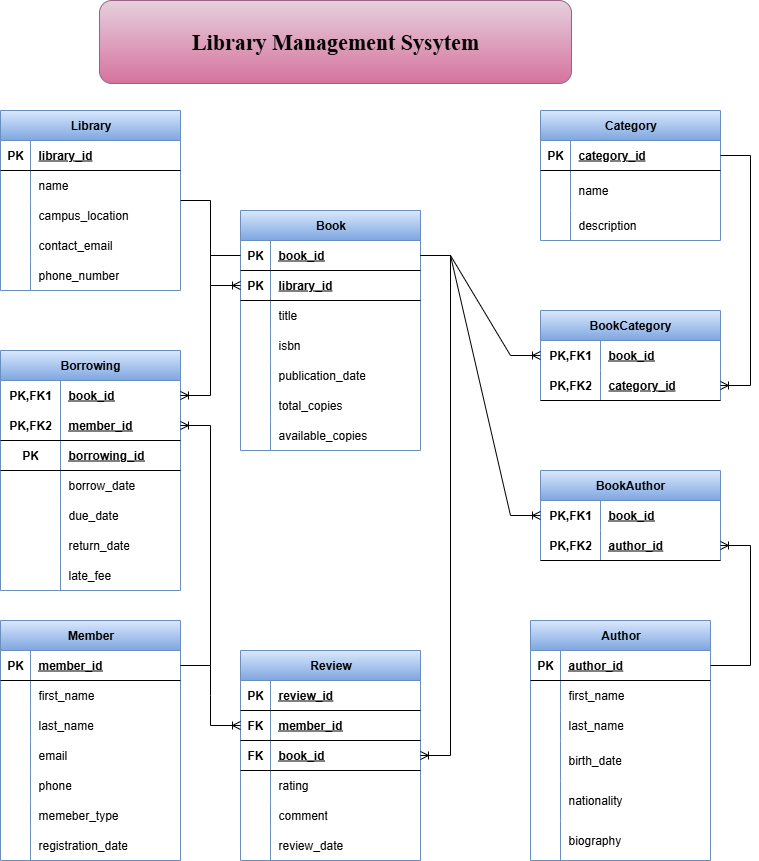
The draw.io diagram phase1-sql/ERD.drawio.png in Sheikhsy/Library-Management-System, before a commit. Source tidied: cells renumbered, new cells last; positions are measured from the earlier drawing's top-left corner, leaving out a move shared by most shapes.
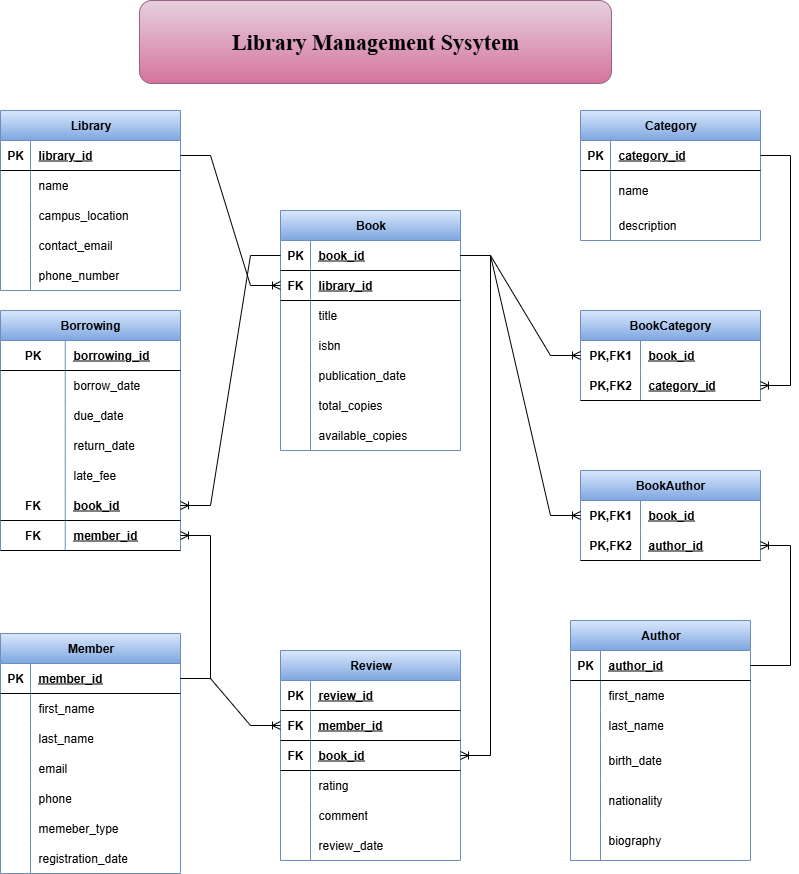
Later version of the same file.

What changed in the source:
```diff
@@ -17,7 +17,7 @@
     <mxCell id="6" style="shape=tableRow;horizontal=0;startSize=0;swimlaneHead=0;swimlaneBody=0;fillColor=none;points=[[0,0.5],[1,0.5]];portConstraint=eastwest;top=0;left=0;right=0;bottom=1;" parent="2" vertex="1">
       <mxGeometry y="60" width="180" height="30" as="geometry" />
     </mxCell>
-    <mxCell id="7" value="PK" style="shape=partialRectangle;fillColor=none;top=0;left=0;bottom=0;right=0;fontStyle=1;overflow=hidden;whiteSpace=wrap;html=1;" parent="6" vertex="1">
+    <mxCell id="7" value="FK" style="shape=partialRectangle;fillColor=none;top=0;left=0;bottom=0;right=0;fontStyle=1;overflow=hidden;whiteSpace=wrap;html=1;" parent="6" vertex="1">
       <mxGeometry width="30" height="30" as="geometry" />
     </mxCell>
     <mxCell id="8" value="library_id" style="shape=partialRectangle;fillColor=none;top=0;left=0;bottom=0;right=0;align=left;spacingLeft=6;fontStyle=5;overflow=hidden;whiteSpace=wrap;html=1;" parent="6" vertex="1">
@@ -69,7 +69,7 @@
       <mxGeometry x="30" width="150" height="30" as="geometry" />
     </mxCell>
     <mxCell id="24" value="Member" style="shape=table;startSize=30;rowLines=0;fontStyle=1;align=center;html=1;fillColor=#dae8fc;gradientColor=#7ea6e0;strokeColor=#6c8ebf;" parent="1" vertex="1">
-      <mxGeometry x="190" y="620" width="180" height="240" as="geometry" />
+      <mxGeometry x="150" y="633" width="180" height="240" as="geometry" />
     </mxCell>
     <mxCell id="25" style="shape=tableRow;horizontal=0;startSize=0;swimlaneHead=0;swimlaneBody=0;fillColor=none;points=[[0,0.5],[1,0.5]];portConstraint=eastwest;top=0;left=0;right=0;bottom=1;" parent="24" vertex="1">
       <mxGeometry y="30" width="180" height="30" as="geometry" />
@@ -192,7 +192,7 @@
       <mxGeometry x="30" width="150" height="40" as="geometry" />
     </mxCell>
     <mxCell id="65" value="Library" style="shape=table;startSize=30;rowLines=0;fontStyle=1;align=center;html=1;fillColor=#dae8fc;strokeColor=#6c8ebf;gradientColor=#7ea6e0;" parent="1" vertex="1">
-      <mxGeometry x="190" y="110" width="180" height="180" as="geometry" />
+      <mxGeometry x="150" y="110" width="180" height="180" as="geometry" />
     </mxCell>
     <mxCell id="66" style="shape=tableRow;horizontal=0;startSize=0;swimlaneHead=0;swimlaneBody=0;fillColor=none;points=[[0,0.5],[1,0.5]];portConstraint=eastwest;top=0;left=0;right=0;bottom=1;" parent="65" vertex="1">
       <mxGeometry y="30" width="180" height="30" as="geometry" />
@@ -239,7 +239,7 @@
     <mxCell id="80" value="phone_number" style="shape=partialRectangle;fillColor=none;top=0;left=0;bottom=0;right=0;align=left;spacingLeft=6;overflow=hidden;whiteSpace=wrap;html=1;" parent="78" vertex="1">
       <mxGeometry x="30" width="150" height="30" as="geometry" />
     </mxCell>
-    <mxCell id="81" style="edgeStyle=entityRelationEdgeStyle;fontSize=12;html=1;endArrow=ERoneToMany;rounded=0;entryX=0;entryY=0.5;entryDx=0;entryDy=0;" parent="1" edge="1" source="65" target="6">
+    <mxCell id="81" style="edgeStyle=entityRelationEdgeStyle;fontSize=12;html=1;endArrow=ERoneToMany;rounded=0;entryX=0;entryY=0.5;entryDx=0;entryDy=0;exitX=1;exitY=0.5;exitDx=0;exitDy=0;" parent="1" edge="1" source="66" target="6">
       <mxGeometry relative="1" as="geometry">
         <Array as="points">
           <mxPoint x="250" y="350" />
@@ -289,80 +289,84 @@
       <mxGeometry x="30" width="150" height="30" as="geometry" />
     </mxCell>
     <mxCell id="92" value="Borrowing" style="shape=table;startSize=30;rowLines=0;fontStyle=1;align=center;html=1;whiteSpace=wrap;fillColor=#dae8fc;gradientColor=#7ea6e0;strokeColor=#6c8ebf;" parent="1" vertex="1">
-      <mxGeometry x="190" y="350" width="180" height="240" as="geometry" />
+      <mxGeometry x="150" y="310" width="180" height="240" as="geometry" />
     </mxCell>
-    <mxCell id="93" style="shape=tableRow;horizontal=0;startSize=0;swimlaneHead=0;swimlaneBody=0;fillColor=none;points=[[0,0.5],[1,0.5]];portConstraint=eastwest;top=0;left=0;right=0;bottom=0;html=1;" parent="92" vertex="1">
-      <mxGeometry y="30" width="180" height="30" as="geometry" />
-    </mxCell>
-    <mxCell id="94" value="PK,FK1" style="shape=partialRectangle;fillColor=none;top=0;left=0;bottom=0;right=0;fontStyle=1;overflow=hidden;html=1;whiteSpace=wrap;" parent="93" vertex="1">
-      <mxGeometry width="60" height="30" as="geometry" />
-    </mxCell>
-    <mxCell id="95" value="book_id" style="shape=partialRectangle;fillColor=none;top=0;left=0;bottom=0;right=0;align=left;spacingLeft=6;fontStyle=5;overflow=hidden;html=1;whiteSpace=wrap;" parent="93" vertex="1">
-      <mxGeometry x="60" width="120" height="30" as="geometry" />
-    </mxCell>
-    <mxCell id="96" style="shape=tableRow;horizontal=0;startSize=0;swimlaneHead=0;swimlaneBody=0;fillColor=none;points=[[0,0.5],[1,0.5]];portConstraint=eastwest;top=0;left=0;right=0;bottom=1;html=1;" parent="92" vertex="1">
-      <mxGeometry y="60" width="180" height="30" as="geometry" />
-    </mxCell>
-    <mxCell id="97" value="PK,FK2" style="shape=partialRectangle;fillColor=none;top=0;left=0;bottom=0;right=0;fontStyle=1;overflow=hidden;html=1;whiteSpace=wrap;" parent="96" vertex="1">
-      <mxGeometry width="60" height="30" as="geometry" />
-    </mxCell>
-    <mxCell id="98" value="member_id" style="shape=partialRectangle;fillColor=none;top=0;left=0;bottom=0;right=0;align=left;spacingLeft=6;fontStyle=5;overflow=hidden;html=1;whiteSpace=wrap;" parent="96" vertex="1">
-      <mxGeometry x="60" width="120" height="30" as="geometry" />
-    </mxCell>
     <mxCell id="99" style="shape=tableRow;horizontal=0;startSize=0;swimlaneHead=0;swimlaneBody=0;fillColor=none;top=0;left=0;right=0;bottom=1;html=1;" parent="92" vertex="1">
-      <mxGeometry y="90" width="180" height="30" as="geometry" />
+      <mxGeometry y="30" width="180" height="30" as="geometry" />
     </mxCell>
     <mxCell id="100" value="PK" style="shape=partialRectangle;fillColor=none;top=0;left=0;bottom=0;right=0;fontStyle=1;overflow=hidden;html=1;whiteSpace=wrap;" parent="99" vertex="1">
-      <mxGeometry width="60" height="30" as="geometry" />
+      <mxGeometry width="64.8" height="30" as="geometry" />
     </mxCell>
     <mxCell id="101" value="borrowing_id" style="shape=partialRectangle;fillColor=none;top=0;left=0;bottom=0;right=0;align=left;spacingLeft=6;fontStyle=5;overflow=hidden;html=1;whiteSpace=wrap;" parent="99" vertex="1">
-      <mxGeometry x="60" width="120" height="30" as="geometry" />
+      <mxGeometry x="64.8" width="115.2" height="30" as="geometry" />
     </mxCell>
     <mxCell id="102" style="shape=tableRow;horizontal=0;startSize=0;swimlaneHead=0;swimlaneBody=0;fillColor=none;top=0;left=0;right=0;bottom=0;html=1;" parent="92" vertex="1">
-      <mxGeometry y="120" width="180" height="30" as="geometry" />
+      <mxGeometry y="60" width="180" height="30" as="geometry" />
     </mxCell>
     <mxCell id="103" style="shape=partialRectangle;fillColor=none;top=0;left=0;bottom=0;right=0;overflow=hidden;html=1;whiteSpace=wrap;" parent="102" vertex="1">
-      <mxGeometry width="60" height="30" as="geometry" />
+      <mxGeometry width="64.8" height="30" as="geometry" />
     </mxCell>
     <mxCell id="104" value="borrow_date" style="shape=partialRectangle;fillColor=none;top=0;left=0;bottom=0;right=0;align=left;spacingLeft=6;overflow=hidden;html=1;whiteSpace=wrap;" parent="102" vertex="1">
-      <mxGeometry x="60" width="120" height="30" as="geometry" />
+      <mxGeometry x="64.8" width="115.2" height="30" as="geometry" />
     </mxCell>
     <mxCell id="105" style="shape=tableRow;horizontal=0;startSize=0;swimlaneHead=0;swimlaneBody=0;fillColor=none;top=0;left=0;right=0;bottom=0;html=1;" parent="92" vertex="1">
-      <mxGeometry y="150" width="180" height="30" as="geometry" />
+      <mxGeometry y="90" width="180" height="30" as="geometry" />
     </mxCell>
     <mxCell id="106" style="shape=partialRectangle;fillColor=none;top=0;left=0;bottom=0;right=0;overflow=hidden;html=1;whiteSpace=wrap;" parent="105" vertex="1">
-      <mxGeometry width="60" height="30" as="geometry" />
+      <mxGeometry width="64.8" height="30" as="geometry" />
     </mxCell>
     <mxCell id="107" value="due_date" style="shape=partialRectangle;fillColor=none;top=0;left=0;bottom=0;right=0;align=left;spacingLeft=6;overflow=hidden;html=1;whiteSpace=wrap;" parent="105" vertex="1">
-      <mxGeometry x="60" width="120" height="30" as="geometry" />
+      <mxGeometry x="64.8" width="115.2" height="30" as="geometry" />
     </mxCell>
     <mxCell id="108" style="shape=tableRow;horizontal=0;startSize=0;swimlaneHead=0;swimlaneBody=0;fillColor=none;top=0;left=0;right=0;bottom=0;html=1;" parent="92" vertex="1">
-      <mxGeometry y="180" width="180" height="30" as="geometry" />
+      <mxGeometry y="120" width="180" height="30" as="geometry" />
     </mxCell>
     <mxCell id="109" style="shape=partialRectangle;fillColor=none;top=0;left=0;bottom=0;right=0;overflow=hidden;html=1;whiteSpace=wrap;" parent="108" vertex="1">
-      <mxGeometry width="60" height="30" as="geometry" />
+      <mxGeometry width="64.8" height="30" as="geometry" />
     </mxCell>
     <mxCell id="110" value="return_date" style="shape=partialRectangle;fillColor=none;top=0;left=0;bottom=0;right=0;align=left;spacingLeft=6;overflow=hidden;html=1;whiteSpace=wrap;" parent="108" vertex="1">
-      <mxGeometry x="60" width="120" height="30" as="geometry" />
+      <mxGeometry x="64.8" width="115.2" height="30" as="geometry" />
     </mxCell>
     <mxCell id="111" style="shape=tableRow;horizontal=0;startSize=0;swimlaneHead=0;swimlaneBody=0;fillColor=none;top=0;left=0;right=0;bottom=0;html=1;" parent="92" vertex="1">
-      <mxGeometry y="210" width="180" height="30" as="geometry" />
+      <mxGeometry y="150" width="180" height="30" as="geometry" />
     </mxCell>
     <mxCell id="112" style="shape=partialRectangle;fillColor=none;top=0;left=0;bottom=0;right=0;overflow=hidden;html=1;whiteSpace=wrap;" parent="111" vertex="1">
-      <mxGeometry width="60" height="30" as="geometry" />
+      <mxGeometry width="64.8" height="30" as="geometry" />
     </mxCell>
     <mxCell id="113" value="late_fee" style="shape=partialRectangle;fillColor=none;top=0;left=0;bottom=0;right=0;align=left;spacingLeft=6;overflow=hidden;html=1;whiteSpace=wrap;" parent="111" vertex="1">
-      <mxGeometry x="60" width="120" height="30" as="geometry" />
+      <mxGeometry x="64.8" width="115.2" height="30" as="geometry" />
     </mxCell>
+    <mxCell id="156" style="shape=tableRow;horizontal=0;startSize=0;swimlaneHead=0;swimlaneBody=0;fillColor=none;points=[[0,0.5],[1,0.5]];portConstraint=eastwest;top=0;left=0;right=0;bottom=1;html=1;" parent="92" vertex="1">
+      <mxGeometry y="180" width="180" height="30" as="geometry" />
+    </mxCell>
+    <mxCell id="157" value="FK" style="shape=partialRectangle;fillColor=none;top=0;left=0;bottom=0;right=0;fontStyle=1;overflow=hidden;html=1;whiteSpace=wrap;" parent="156" vertex="1">
+      <mxGeometry width="64.8" height="30" as="geometry" />
+    </mxCell>
+    <mxCell id="95" value="book_id" style="shape=partialRectangle;fillColor=none;top=0;left=0;bottom=0;right=0;align=left;spacingLeft=6;fontStyle=5;overflow=hidden;html=1;whiteSpace=wrap;" parent="156" vertex="1">
+      <mxGeometry x="64.8" width="115.2" height="30" as="geometry" />
+    </mxCell>
+    <mxCell id="158" style="shape=tableRow;horizontal=0;startSize=0;swimlaneHead=0;swimlaneBody=0;fillColor=none;points=[[0,0.5],[1,0.5]];portConstraint=eastwest;top=0;left=0;right=0;bottom=1;html=1;" parent="92" vertex="1">
+      <mxGeometry y="210" width="180" height="30" as="geometry" />
+    </mxCell>
+    <mxCell id="159" value="FK" style="shape=partialRectangle;fillColor=none;top=0;left=0;bottom=0;right=0;fontStyle=1;overflow=hidden;html=1;whiteSpace=wrap;" parent="158" vertex="1">
+      <mxGeometry width="64.8" height="30" as="geometry" />
+    </mxCell>
+    <mxCell id="98" value="member_id" style="shape=partialRectangle;fillColor=none;top=0;left=0;bottom=0;right=0;align=left;spacingLeft=6;fontStyle=5;overflow=hidden;html=1;whiteSpace=wrap;" parent="158" vertex="1">
+      <mxGeometry x="64.8" width="115.2" height="30" as="geometry" />
+    </mxCell>
-    <mxCell id="114" style="edgeStyle=entityRelationEdgeStyle;fontSize=12;html=1;endArrow=ERoneToMany;rounded=0;exitX=1;exitY=0.5;exitDx=0;exitDy=0;" parent="1" edge="1" source="25" target="96">
+    <mxCell id="114" style="edgeStyle=entityRelationEdgeStyle;fontSize=12;html=1;endArrow=ERoneToMany;rounded=0;entryX=1;entryY=0.5;entryDx=0;entryDy=0;exitX=1;exitY=0.5;exitDx=0;exitDy=0;" parent="1" edge="1" source="25" target="158">
       <mxGeometry relative="1" as="geometry">
         <Array as="points">
-          <mxPoint x="420" y="570" />
+          <mxPoint x="467" y="582" />
         </Array>
       </mxGeometry>
     </mxCell>
-    <mxCell id="115" style="edgeStyle=entityRelationEdgeStyle;fontSize=12;html=1;endArrow=ERoneToMany;rounded=0;entryX=1;entryY=0.5;entryDx=0;entryDy=0;" parent="1" edge="1" source="3" target="93">
-      <mxGeometry relative="1" as="geometry" />
+    <mxCell id="115" style="edgeStyle=entityRelationEdgeStyle;fontSize=12;html=1;endArrow=ERoneToMany;rounded=0;entryX=1;entryY=0.5;entryDx=0;entryDy=0;" parent="1" edge="1" source="3" target="156">
+      <mxGeometry relative="1" as="geometry">
+        <Array as="points">
+          <mxPoint x="390" y="326" />
+        </Array>
+      </mxGeometry>
     </mxCell>
     <mxCell id="116" value="BookAuthor" style="shape=table;startSize=30;rowLines=0;fontStyle=1;align=center;html=1;whiteSpace=wrap;fillColor=#dae8fc;gradientColor=#7ea6e0;strokeColor=#6c8ebf;" parent="1" vertex="1">
       <mxGeometry x="730" y="470" width="180" height="90" as="geometry" />
```
